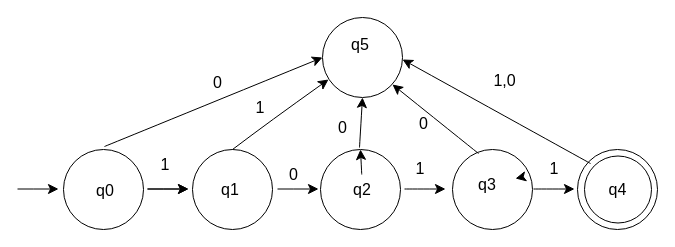
This is Untitled Diagram.drawio from FatimahAli313/Project_1, a draw.io file, before an edit. Source tidied: cells renumbered, new cells numbered last; positions are measured from the earlier drawing's top-left corner, leaving out a move shared by most shapes. Both pictures are drawn from the tidied source at 100%, with x=0, y=0 at pixel (17, 17).
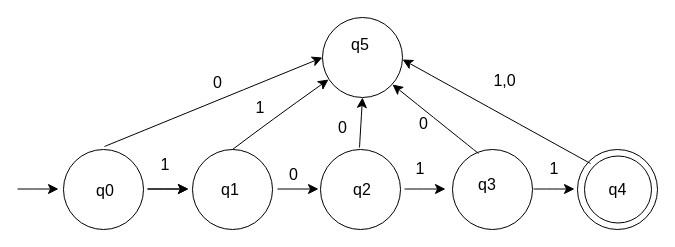
Above is the later version.

The change refers to these unchanged cells:
```xml
<mxCell id="8" style="ellipse;whiteSpace=wrap;html=1;" parent="1" vertex="1">
  <mxGeometry x="303" y="132" width="80" height="80" as="geometry" />
</mxCell>
<mxCell id="18" value="q2" style="text;strokeColor=none;fillColor=none;html=1;align=center;verticalAlign=middle;whiteSpace=wrap;rounded=0;fontSize=16;" parent="1" vertex="1">
  <mxGeometry x="315" y="157" width="60" height="30" as="geometry" />
</mxCell>
<mxCell id="24" value="q3" style="text;strokeColor=none;fillColor=none;html=1;align=center;verticalAlign=middle;whiteSpace=wrap;rounded=0;fontSize=16;" parent="1" vertex="1">
  <mxGeometry x="440" y="152" width="60" height="30" as="geometry" />
</mxCell>
```

Change to the diagram source:
```diff
@@
-    <mxCell id="17" style="edgeStyle=none;curved=1;rounded=0;jettySize=auto;html=1;entryX=0.5;entryY=0;entryDx=0;entryDy=0;fontSize=12;startSize=8;endSize=8;" parent="1" edge="1" source="18" target="8">
-      <mxGeometry relative="1" as="geometry" />
-    </mxCell>
@@
-    <mxCell id="23" style="endArrow=classic;html=1;rounded=0;fontSize=12;startSize=8;endSize=8;curved=1;" parent="1" edge="1" source="24">
-      <mxGeometry relative="1" as="geometry">
-        <mxPoint x="498" y="161" as="targetPoint" />
-      </mxGeometry>
-    </mxCell>
```
